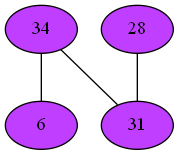
mbajaj92/Project-Astoria keeps this Graphviz diagram as Compiler/30phiGraph.png. Above is the earlier version. Its source is kept beside it as Compiler/30phiGraph.dot. Its diagram source:
```dot
strict graph {
34[label="34" style=filled fillcolor="darkorchid1"];
34 -- 6
34 -- 31
6[label="6" style=filled fillcolor="darkorchid1"];
6 -- 34
28[label="28" style=filled fillcolor="darkorchid1"];
28 -- 31
31[label="31" style=filled fillcolor="darkorchid1"];
31 -- 34
31 -- 28
}
```
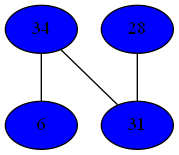
The same diagram one commit later.

What changed in the source:
```diff
@@ -1,12 +1,12 @@
 strict graph {
-34[label="34" style=filled fillcolor="darkorchid1"];
+34[label="34" style=filled fillcolor="blue1"];
 34 -- 6
 34 -- 31
-6[label="6" style=filled fillcolor="darkorchid1"];
+6[label="6" style=filled fillcolor="blue1"];
 6 -- 34
-28[label="28" style=filled fillcolor="darkorchid1"];
+28[label="28" style=filled fillcolor="blue1"];
 28 -- 31
-31[label="31" style=filled fillcolor="darkorchid1"];
+31[label="31" style=filled fillcolor="blue1"];
 31 -- 34
 31 -- 28
 }
```
